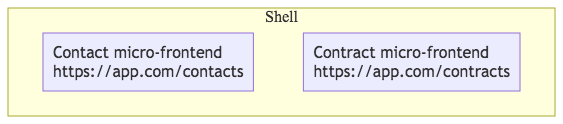
This is src/docs/concepts.png from energicos/EBS_microfrontend_concept, a Mermaid export, as it was before one commit. Its source is kept beside it as src/docs/concepts.mmd.
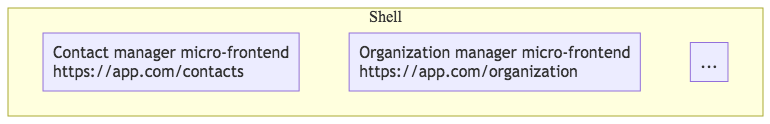
The same diagram one commit later.

The edit, as a diff of the source:
```diff
@@ -1,6 +1,7 @@
 graph TB
 
    subgraph Shell
-   contacts[Contact micro-frontend<br />https://app.com/contacts]
-   contracts[Contract micro-frontend<br />https://app.com/contracts]
+   contacts[Contact manager micro-frontend<br />https://app.com/contacts]
+   organization[Organization manager micro-frontend<br />https://app.com/organization]
+   other[...]
    end
```
